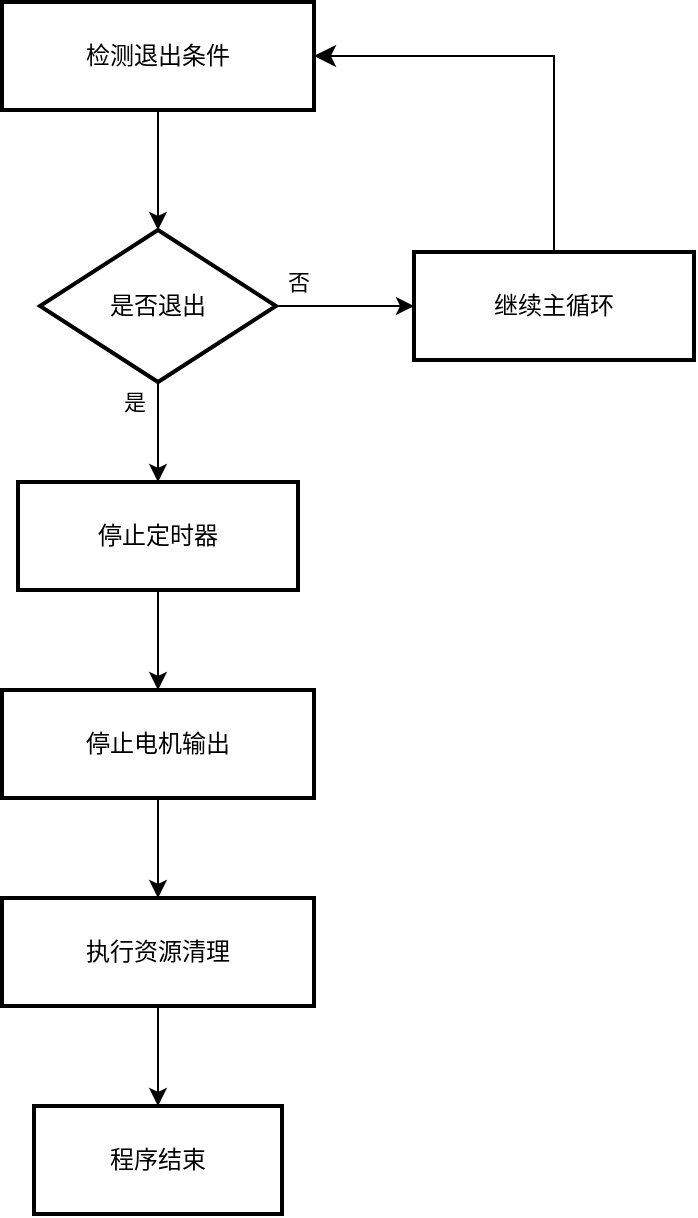
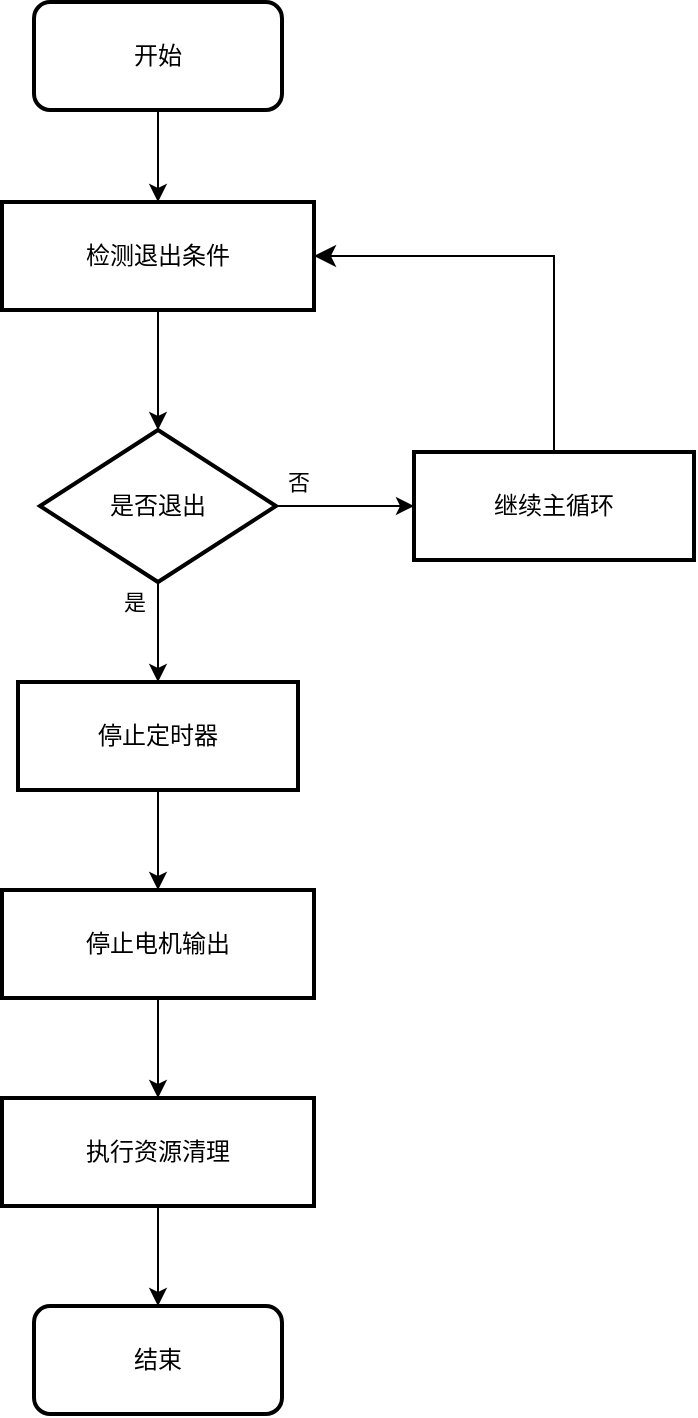
<mxfile host="app.diagrams.net">
  <diagram name="第 1 页" id="5pLLe7jweuCBR5kG6j_B">
-     <mxGraphModel dx="1483" dy="857" grid="1" gridSize="10" guides="1" tooltips="1" connect="1" arrows="1" fold="1" page="1" pageScale="1" pageWidth="827" pageHeight="1169" math="0" shadow="0">
+     <mxGraphModel dx="1178" dy="659" grid="1" gridSize="10" guides="1" tooltips="1" connect="1" arrows="1" fold="1" page="1" pageScale="1" pageWidth="827" pageHeight="1169" math="0" shadow="0">
      <root>
        <mxCell id="0" />
        <mxCell id="1" parent="0" />
        <mxCell id="rl8tWeygiqIO-uBGV8mO-15" edge="1" parent="1" source="rl8tWeygiqIO-uBGV8mO-1" style="edgeStyle=orthogonalEdgeStyle;rounded=0;orthogonalLoop=1;jettySize=auto;html=1;" target="rl8tWeygiqIO-uBGV8mO-2" value="">
          <mxGeometry relative="1" as="geometry" />
        </mxCell>
        <mxCell id="rl8tWeygiqIO-uBGV8mO-1" parent="1" style="whiteSpace=wrap;strokeWidth=2;fillColor=none;" value="检测退出条件" vertex="1">
-           <mxGeometry height="54" width="156" x="184" y="10" as="geometry" />
+           <mxGeometry height="54" width="156" x="184" y="180" as="geometry" />
        </mxCell>
        <mxCell id="rl8tWeygiqIO-uBGV8mO-16" edge="1" parent="1" source="rl8tWeygiqIO-uBGV8mO-2" style="edgeStyle=orthogonalEdgeStyle;rounded=0;orthogonalLoop=1;jettySize=auto;html=1;" target="rl8tWeygiqIO-uBGV8mO-4" value="是">
          <mxGeometry relative="1" x="-0.6" y="-12" as="geometry">
            <mxPoint as="offset" />
          </mxGeometry>
        </mxCell>
        <mxCell id="rl8tWeygiqIO-uBGV8mO-20" edge="1" parent="1" source="rl8tWeygiqIO-uBGV8mO-2" style="edgeStyle=orthogonalEdgeStyle;rounded=0;orthogonalLoop=1;jettySize=auto;html=1;" target="rl8tWeygiqIO-uBGV8mO-3" value="">
          <mxGeometry relative="1" as="geometry" />
        </mxCell>
        <mxCell id="rl8tWeygiqIO-uBGV8mO-21" connectable="0" parent="rl8tWeygiqIO-uBGV8mO-20" style="edgeLabel;html=1;align=center;verticalAlign=middle;resizable=0;points=[];" value="否" vertex="1">
          <mxGeometry relative="1" x="-0.4203" y="3" as="geometry">
            <mxPoint x="-9" y="-9" as="offset" />
          </mxGeometry>
        </mxCell>
        <mxCell id="rl8tWeygiqIO-uBGV8mO-2" parent="1" style="rhombus;strokeWidth=2;whiteSpace=wrap;fillColor=none;" value="是否退出" vertex="1">
-           <mxGeometry height="76" width="118" x="203" y="124" as="geometry" />
+           <mxGeometry height="76" width="118" x="203" y="294" as="geometry" />
        </mxCell>
        <mxCell id="rl8tWeygiqIO-uBGV8mO-3" parent="1" style="whiteSpace=wrap;strokeWidth=2;fillColor=none;" value="继续主循环" vertex="1">
-           <mxGeometry height="54" width="140" x="390" y="135" as="geometry" />
+           <mxGeometry height="54" width="140" x="390" y="305" as="geometry" />
        </mxCell>
        <mxCell id="rl8tWeygiqIO-uBGV8mO-17" edge="1" parent="1" source="rl8tWeygiqIO-uBGV8mO-4" style="edgeStyle=orthogonalEdgeStyle;rounded=0;orthogonalLoop=1;jettySize=auto;html=1;" target="rl8tWeygiqIO-uBGV8mO-5" value="">
          <mxGeometry relative="1" as="geometry" />
        </mxCell>
        <mxCell id="rl8tWeygiqIO-uBGV8mO-4" parent="1" style="whiteSpace=wrap;strokeWidth=2;fillColor=none;" value="停止定时器" vertex="1">
-           <mxGeometry height="54" width="140" x="192" y="250" as="geometry" />
+           <mxGeometry height="54" width="140" x="192" y="420" as="geometry" />
        </mxCell>
        <mxCell id="rl8tWeygiqIO-uBGV8mO-18" edge="1" parent="1" source="rl8tWeygiqIO-uBGV8mO-5" style="edgeStyle=orthogonalEdgeStyle;rounded=0;orthogonalLoop=1;jettySize=auto;html=1;" target="rl8tWeygiqIO-uBGV8mO-6" value="">
          <mxGeometry relative="1" as="geometry" />
        </mxCell>
        <mxCell id="rl8tWeygiqIO-uBGV8mO-5" parent="1" style="whiteSpace=wrap;strokeWidth=2;fillColor=none;" value="停止电机输出" vertex="1">
-           <mxGeometry height="54" width="156" x="184" y="354" as="geometry" />
+           <mxGeometry height="54" width="156" x="184" y="524" as="geometry" />
        </mxCell>
-         <mxCell id="rl8tWeygiqIO-uBGV8mO-19" edge="1" parent="1" source="rl8tWeygiqIO-uBGV8mO-6" style="edgeStyle=orthogonalEdgeStyle;rounded=0;orthogonalLoop=1;jettySize=auto;html=1;" target="rl8tWeygiqIO-uBGV8mO-7" value="">
-           <mxGeometry relative="1" as="geometry" />
+         <mxCell id="rl8tWeygiqIO-uBGV8mO-19" edge="1" parent="1" source="rl8tWeygiqIO-uBGV8mO-6" style="edgeStyle=orthogonalEdgeStyle;rounded=0;orthogonalLoop=1;jettySize=auto;html=1;" value="">
+           <mxGeometry relative="1" as="geometry">
+             <mxPoint x="262" y="732" as="targetPoint" />
+           </mxGeometry>
        </mxCell>
        <mxCell id="rl8tWeygiqIO-uBGV8mO-6" parent="1" style="whiteSpace=wrap;strokeWidth=2;fillColor=none;" value="执行资源清理" vertex="1">
-           <mxGeometry height="54" width="156" x="184" y="458" as="geometry" />
-         </mxCell>
-         <mxCell id="rl8tWeygiqIO-uBGV8mO-7" parent="1" style="whiteSpace=wrap;strokeWidth=2;fillColor=none;" value="程序结束" vertex="1">
-           <mxGeometry height="54" width="124" x="200" y="562" as="geometry" />
+           <mxGeometry height="54" width="156" x="184" y="628" as="geometry" />
        </mxCell>
        <mxCell id="rl8tWeygiqIO-uBGV8mO-25" edge="1" parent="1" source="rl8tWeygiqIO-uBGV8mO-3" style="edgeStyle=segmentEdgeStyle;endArrow=classic;html=1;curved=0;rounded=0;endSize=8;startSize=8;exitX=0.5;exitY=0;exitDx=0;exitDy=0;entryX=1;entryY=0.5;entryDx=0;entryDy=0;" target="rl8tWeygiqIO-uBGV8mO-1" value="">
          <mxGeometry height="50" relative="1" width="50" as="geometry">
            <Array as="points">
-               <mxPoint x="460" y="37" />
+               <mxPoint x="460" y="207" />
            </Array>
-             <mxPoint x="460" y="90" as="sourcePoint" />
-             <mxPoint x="510" y="40" as="targetPoint" />
+             <mxPoint x="460" y="260" as="sourcePoint" />
+             <mxPoint x="510" y="210" as="targetPoint" />
          </mxGeometry>
+         </mxCell>
+         <mxCell id="P-rkWD11WODKMsa822Kr-1" parent="1" style="rounded=1;whiteSpace=wrap;html=1;fillColor=none;strokeWidth=2;" value="结束" vertex="1">
+           <mxGeometry height="54" width="124" x="200" y="732" as="geometry" />
+         </mxCell>
+         <mxCell id="P-rkWD11WODKMsa822Kr-3" edge="1" parent="1" source="P-rkWD11WODKMsa822Kr-2" style="edgeStyle=orthogonalEdgeStyle;rounded=0;orthogonalLoop=1;jettySize=auto;html=1;" target="rl8tWeygiqIO-uBGV8mO-1" value="">
+           <mxGeometry relative="1" as="geometry" />
+         </mxCell>
+         <mxCell id="P-rkWD11WODKMsa822Kr-2" parent="1" style="rounded=1;whiteSpace=wrap;html=1;fillColor=none;strokeWidth=2;" value="开始" vertex="1">
+           <mxGeometry height="54" width="124" x="200" y="80" as="geometry" />
        </mxCell>
      </root>
    </mxGraphModel>
  </diagram>
</mxfile>
